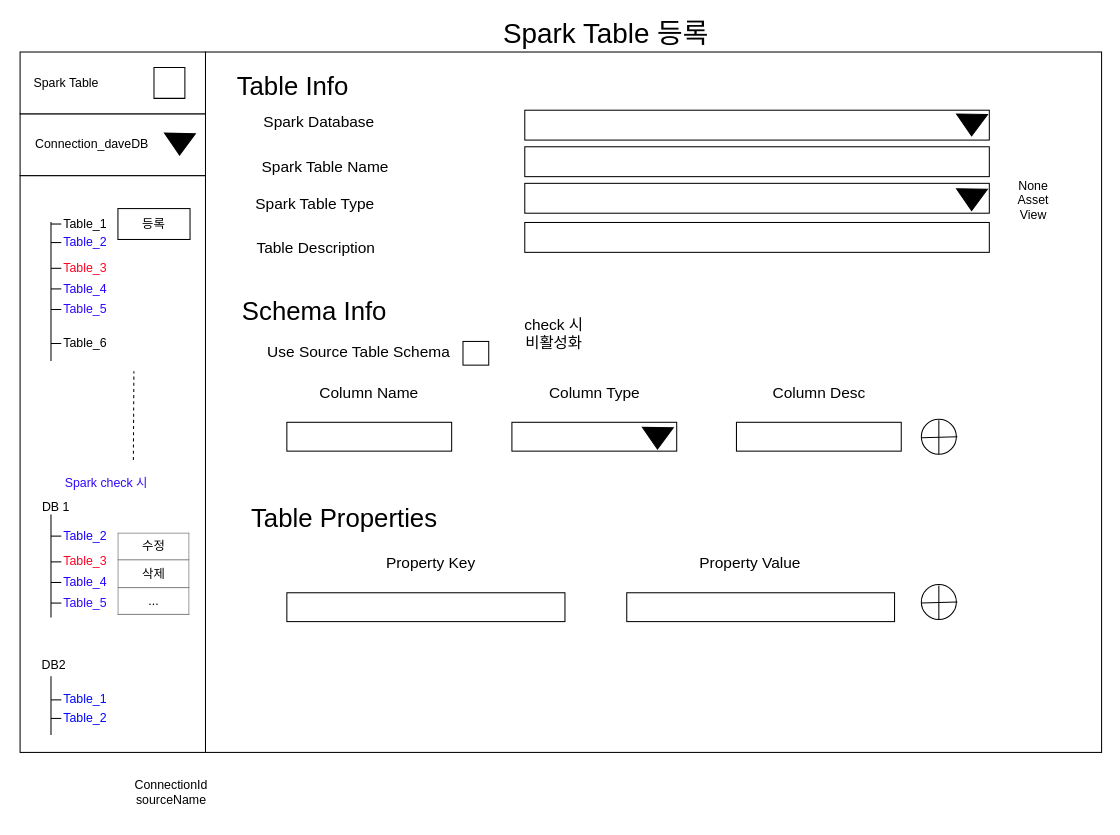
This is spark등록.drawio from salme1541/drawioRepo, a draw.io file, before an edit. Source tidied: cells renumbered, new cells numbered last; positions are measured from the earlier drawing's top-left corner, leaving out a move shared by most shapes. Both pictures are drawn from the tidied source at 103%, with x=0, y=0 at pixel (18, 24).
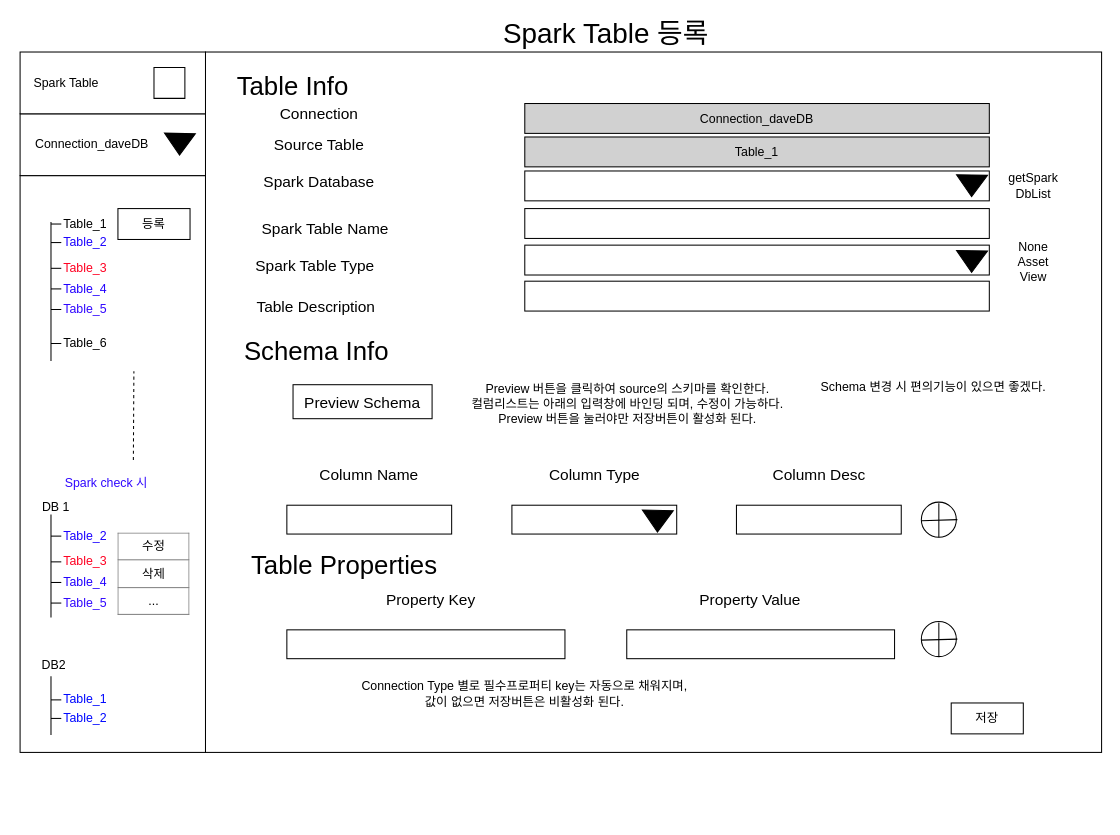
The same diagram, later.

Commit message:
spark등록.drawio 업데이트

Diff of the diagram source:
```diff
@@
     <mxCell id="4" value="&lt;font style=&quot;font-size: 25px&quot;&gt;Schema Info&lt;/font&gt;" style="text;html=1;strokeColor=none;fillColor=none;align=center;verticalAlign=middle;whiteSpace=wrap;rounded=0;" parent="1" vertex="1">
-      <mxGeometry x="203" y="268" width="170" height="20" as="geometry" />
+      <mxGeometry x="204.5" y="307" width="170" height="20" as="geometry" />
     </mxCell>
     <mxCell id="5" value="Spark Table Name" style="text;html=1;strokeColor=none;fillColor=none;align=center;verticalAlign=middle;whiteSpace=wrap;rounded=0;fontSize=15;" parent="1" vertex="1">
-      <mxGeometry x="215" y="128" width="167" height="20" as="geometry" />
+      <mxGeometry x="215" y="188" width="167" height="20" as="geometry" />
     </mxCell>
     <mxCell id="6" value="Table Description" style="text;html=1;strokeColor=none;fillColor=none;align=center;verticalAlign=middle;whiteSpace=wrap;rounded=0;fontSize=15;" parent="1" vertex="1">
-      <mxGeometry x="207" y="207" width="165" height="20" as="geometry" />
+      <mxGeometry x="207" y="264" width="165" height="20" as="geometry" />
     </mxCell>
     <mxCell id="7" value="Spark Database" style="text;html=1;strokeColor=none;fillColor=none;align=center;verticalAlign=middle;whiteSpace=wrap;rounded=0;fontSize=15;" parent="1" vertex="1">
-      <mxGeometry x="214.5" y="83.5" width="155" height="20" as="geometry" />
+      <mxGeometry x="214.5" y="142.5" width="155" height="20" as="geometry" />
     </mxCell>
     <mxCell id="8" value="Spark Table Type" style="text;html=1;strokeColor=none;fillColor=none;align=center;verticalAlign=middle;whiteSpace=wrap;rounded=0;fontSize=15;" parent="1" vertex="1">
-      <mxGeometry x="215" y="164" width="147" height="20" as="geometry" />
+      <mxGeometry x="215" y="224" width="147" height="20" as="geometry" />
     </mxCell>
     <mxCell id="9" style="rounded=0;whiteSpace=wrap;html=1;fillColor=#FFFFFF;" parent="1" vertex="1">
-      <mxGeometry x="492" y="83.5" width="451" height="29" as="geometry" />
+      <mxGeometry x="492" y="142.5" width="451" height="29" as="geometry" />
     </mxCell>
     <mxCell id="10" style="rounded=0;whiteSpace=wrap;html=1;fillColor=#FFFFFF;" parent="1" vertex="1">
-      <mxGeometry x="492" y="119" width="451" height="29" as="geometry" />
+      <mxGeometry x="492" y="179" width="451" height="29" as="geometry" />
     </mxCell>
     <mxCell id="11" style="rounded=0;whiteSpace=wrap;html=1;fillColor=#FFFFFF;" parent="1" vertex="1">
-      <mxGeometry x="492" y="154.5" width="451" height="29" as="geometry" />
+      <mxGeometry x="492" y="214.5" width="451" height="29" as="geometry" />
     </mxCell>
     <mxCell id="12" style="rounded=0;whiteSpace=wrap;html=1;fillColor=#FFFFFF;" parent="1" vertex="1">
-      <mxGeometry x="492" y="192.5" width="451" height="29" as="geometry" />
+      <mxGeometry x="492" y="249.5" width="451" height="29" as="geometry" />
     </mxCell>
@@
     <mxCell id="54" style="verticalLabelPosition=bottom;verticalAlign=top;html=1;shape=mxgraph.basic.acute_triangle;dx=0.5;rotation=-179;fillColor=#000000;" parent="1" vertex="1">
-      <mxGeometry x="911" y="87.5" width="30" height="21" as="geometry" />
+      <mxGeometry x="911" y="146.5" width="30" height="21" as="geometry" />
     </mxCell>
     <mxCell id="55" value="None&lt;br&gt;Asset&lt;br&gt;View" style="text;html=1;strokeColor=none;fillColor=none;align=center;verticalAlign=middle;whiteSpace=wrap;rounded=0;" parent="1" vertex="1">
-      <mxGeometry x="951" y="145" width="70" height="51" as="geometry" />
+      <mxGeometry x="951" y="205" width="70" height="51" as="geometry" />
     </mxCell>
     <mxCell id="56" style="verticalLabelPosition=bottom;verticalAlign=top;html=1;shape=mxgraph.basic.acute_triangle;dx=0.5;rotation=-179;fillColor=#000000;" parent="1" vertex="1">
-      <mxGeometry x="911" y="160" width="30" height="21" as="geometry" />
+      <mxGeometry x="911" y="220" width="30" height="21" as="geometry" />
     </mxCell>
     <mxCell id="57" value="Column Name" style="text;html=1;strokeColor=none;fillColor=none;align=center;verticalAlign=middle;whiteSpace=wrap;rounded=0;fontSize=15;" parent="1" vertex="1">
-      <mxGeometry x="281" y="346.5" width="120" height="20" as="geometry" />
+      <mxGeometry x="281" y="427" width="120" height="20" as="geometry" />
     </mxCell>
     <mxCell id="58" value="Column Type" style="text;html=1;strokeColor=none;fillColor=none;align=center;verticalAlign=middle;whiteSpace=wrap;rounded=0;fontSize=15;" parent="1" vertex="1">
-      <mxGeometry x="499.5" y="346.5" width="120" height="20" as="geometry" />
+      <mxGeometry x="499.5" y="427" width="120" height="20" as="geometry" />
     </mxCell>
     <mxCell id="59" value="Column Desc" style="text;html=1;strokeColor=none;fillColor=none;align=center;verticalAlign=middle;whiteSpace=wrap;rounded=0;fontSize=15;" parent="1" vertex="1">
-      <mxGeometry x="717.5" y="346.5" width="120" height="20" as="geometry" />
+      <mxGeometry x="717.5" y="427" width="120" height="20" as="geometry" />
     </mxCell>
     <mxCell id="60" style="rounded=0;whiteSpace=wrap;html=1;" parent="1" vertex="1">
-      <mxGeometry x="261" y="386.5" width="160" height="28" as="geometry" />
+      <mxGeometry x="261" y="467" width="160" height="28" as="geometry" />
     </mxCell>
     <mxCell id="61" style="rounded=0;whiteSpace=wrap;html=1;" parent="1" vertex="1">
-      <mxGeometry x="697.5" y="386.5" width="160" height="28" as="geometry" />
+      <mxGeometry x="697.5" y="467" width="160" height="28" as="geometry" />
     </mxCell>
     <mxCell id="62" style="rounded=0;whiteSpace=wrap;html=1;" parent="1" vertex="1">
-      <mxGeometry x="479.5" y="386.5" width="160" height="28" as="geometry" />
+      <mxGeometry x="479.5" y="467" width="160" height="28" as="geometry" />
     </mxCell>
     <mxCell id="63" style="verticalLabelPosition=bottom;verticalAlign=top;html=1;shape=mxgraph.basic.acute_triangle;dx=0.5;rotation=-179;fillColor=#000000;" parent="1" vertex="1">
-      <mxGeometry x="606" y="391.5" width="30" height="21" as="geometry" />
+      <mxGeometry x="606" y="472" width="30" height="21" as="geometry" />
     </mxCell>
     <mxCell id="64" value="&lt;font style=&quot;font-size: 25px&quot;&gt;Table Properties&lt;/font&gt;" style="text;html=1;strokeColor=none;fillColor=none;align=center;verticalAlign=middle;whiteSpace=wrap;rounded=0;" parent="1" vertex="1">
-      <mxGeometry x="203" y="469" width="228" height="20" as="geometry" />
+      <mxGeometry x="203" y="514" width="228" height="20" as="geometry" />
     </mxCell>
     <mxCell id="65" value="Property Key" style="text;html=1;strokeColor=none;fillColor=none;align=center;verticalAlign=middle;whiteSpace=wrap;rounded=0;fontSize=15;" parent="1" vertex="1">
-      <mxGeometry x="341" y="512" width="120" height="20" as="geometry" />
+      <mxGeometry x="341" y="548" width="120" height="20" as="geometry" />
     </mxCell>
     <mxCell id="66" style="rounded=0;whiteSpace=wrap;html=1;" parent="1" vertex="1">
-      <mxGeometry x="261" y="552" width="270" height="28" as="geometry" />
+      <mxGeometry x="261" y="588" width="270" height="28" as="geometry" />
     </mxCell>
     <mxCell id="67" value="Property Value" style="text;html=1;strokeColor=none;fillColor=none;align=center;verticalAlign=middle;whiteSpace=wrap;rounded=0;fontSize=15;" parent="1" vertex="1">
-      <mxGeometry x="651" y="512" width="120" height="20" as="geometry" />
+      <mxGeometry x="651" y="548" width="120" height="20" as="geometry" />
     </mxCell>
     <mxCell id="68" style="rounded=0;whiteSpace=wrap;html=1;" parent="1" vertex="1">
-      <mxGeometry x="591" y="552" width="260" height="28" as="geometry" />
+      <mxGeometry x="591" y="588" width="260" height="28" as="geometry" />
     </mxCell>
     <mxCell id="69" style="group;" parent="1" vertex="1">
-      <mxGeometry x="877" y="383.5" width="34" height="34" as="geometry" />
+      <mxGeometry x="877" y="464" width="34" height="34" as="geometry" />
     </mxCell>
@@
     <mxCell id="73" style="group;" parent="1" vertex="1">
-      <mxGeometry x="877" y="544" width="34" height="34" as="geometry" />
+      <mxGeometry x="877" y="580" width="34" height="34" as="geometry" />
     </mxCell>
@@
-    <mxCell id="77" value="ConnectionId&lt;br&gt;sourceName&lt;br&gt;" style="text;html=1;strokeColor=none;fillColor=none;align=center;verticalAlign=middle;whiteSpace=wrap;rounded=0;" parent="1" vertex="1">
-      <mxGeometry x="57" y="720" width="184" height="51" as="geometry" />
+    <mxCell id="77" value="Preview 버튼을 클릭하여 source의 스키마를 확인한다.&lt;br&gt;컬럼리스트는 아래의 입력창에 바인딩 되며, 수정이 가능하다.&lt;br&gt;Preview 버튼을 눌러야만 저장버튼이 활성화 된다." style="text;html=1;strokeColor=none;fillColor=none;align=center;verticalAlign=middle;whiteSpace=wrap;rounded=0;" parent="1" vertex="1">
+      <mxGeometry x="433" y="316" width="318" height="105" as="geometry" />
     </mxCell>
-    <mxCell id="78" value="Use Source Table Schema" style="text;html=1;strokeColor=none;fillColor=none;align=center;verticalAlign=middle;whiteSpace=wrap;rounded=0;fontSize=15;" parent="1" vertex="1">
-      <mxGeometry x="230" y="308" width="202" height="20" as="geometry" />
-    </mxCell>
-    <mxCell id="79" style="rounded=0;whiteSpace=wrap;html=1;fontSize=15;" parent="1" vertex="1">
-      <mxGeometry x="432" y="308" width="25" height="23" as="geometry" />
-    </mxCell>
-    <mxCell id="80" value="check 시&lt;br&gt;비활성화" style="text;html=1;strokeColor=none;fillColor=none;align=center;verticalAlign=middle;whiteSpace=wrap;rounded=0;fontSize=15;" parent="1" vertex="1">
-      <mxGeometry x="480" y="280" width="81" height="40" as="geometry" />
-    </mxCell>
+    <mxCell id="81" value="Preview Schema" style="rounded=0;whiteSpace=wrap;html=1;fontSize=15;" parent="1" vertex="1">
+      <mxGeometry x="267" y="350" width="135" height="33" as="geometry" />
+    </mxCell>
+    <mxCell id="82" value="Connection" style="text;html=1;strokeColor=none;fillColor=none;align=center;verticalAlign=middle;whiteSpace=wrap;rounded=0;fontSize=15;" parent="1" vertex="1">
+      <mxGeometry x="214.5" y="77" width="155" height="20" as="geometry" />
+    </mxCell>
+    <mxCell id="83" value="Connection_daveDB" style="rounded=0;whiteSpace=wrap;html=1;fillColor=#D1D1D1;" parent="1" vertex="1">
+      <mxGeometry x="492" y="77" width="451" height="29" as="geometry" />
+    </mxCell>
+    <mxCell id="84" value="Source Table" style="text;html=1;strokeColor=none;fillColor=none;align=center;verticalAlign=middle;whiteSpace=wrap;rounded=0;fontSize=15;" parent="1" vertex="1">
+      <mxGeometry x="214.5" y="106.5" width="155" height="20" as="geometry" />
+    </mxCell>
+    <mxCell id="85" value="Table_1" style="rounded=0;whiteSpace=wrap;html=1;fillColor=#D1D1D1;" parent="1" vertex="1">
+      <mxGeometry x="492" y="109.5" width="451" height="29" as="geometry" />
+    </mxCell>
+    <mxCell id="86" value="저장" style="rounded=0;whiteSpace=wrap;html=1;fillColor=#FFFFFF;" parent="1" vertex="1">
+      <mxGeometry x="906" y="659" width="70" height="30" as="geometry" />
+    </mxCell>
+    <mxCell id="87" value="Connection Type 별로 필수프로퍼티 key는 자동으로 채워지며, 값이 없으면 저장버튼은 비활성화 된다." style="text;html=1;strokeColor=none;fillColor=none;align=center;verticalAlign=middle;whiteSpace=wrap;rounded=0;" parent="1" vertex="1">
+      <mxGeometry x="327" y="616" width="330" height="68" as="geometry" />
+    </mxCell>
+    <mxCell id="88" value="getSpark&lt;br&gt;DbList" style="text;html=1;strokeColor=none;fillColor=none;align=center;verticalAlign=middle;whiteSpace=wrap;rounded=0;" parent="1" vertex="1">
+      <mxGeometry x="951" y="131.5" width="70" height="51" as="geometry" />
+    </mxCell>
+    <mxCell id="89" value="Schema 변경 시 편의기능이 있으면 좋겠다.&lt;br&gt;" style="text;html=1;strokeColor=none;fillColor=none;align=center;verticalAlign=middle;whiteSpace=wrap;rounded=0;" parent="1" vertex="1">
+      <mxGeometry x="767" y="316" width="244" height="74" as="geometry" />
+    </mxCell>
```
